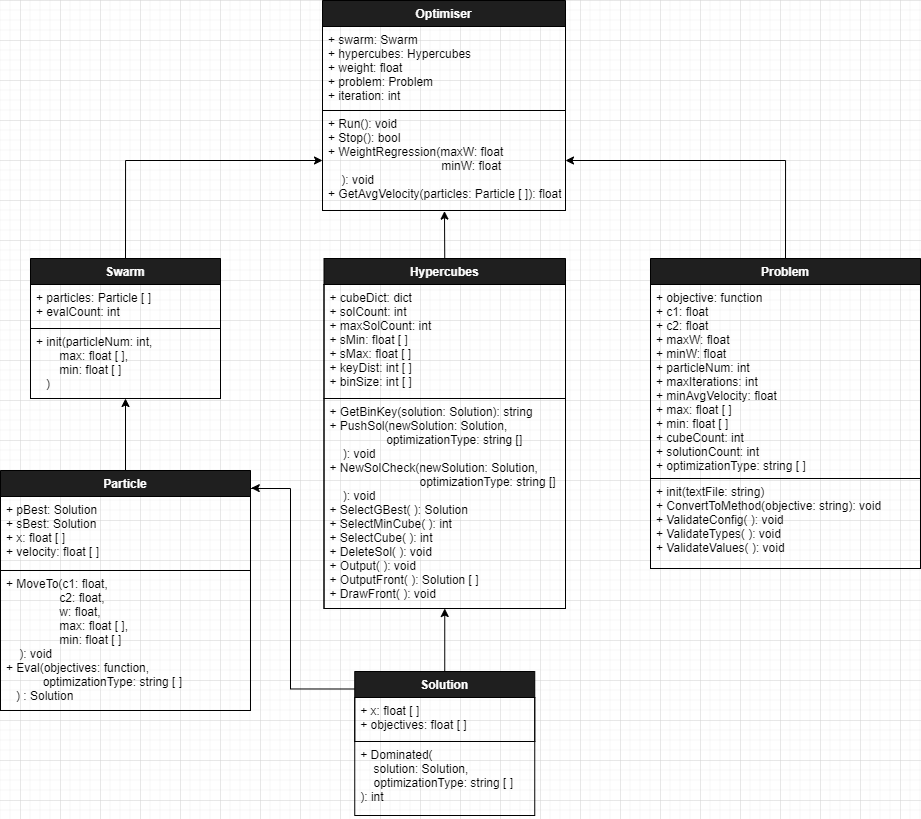
Before: docs/classes.png, a diagram exported from draw.io (ryant4333/WIL_KJO). Source tidied: cells renumbered, new cells last; positions are measured from the earlier drawing's top-left corner, leaving out a move shared by most shapes.
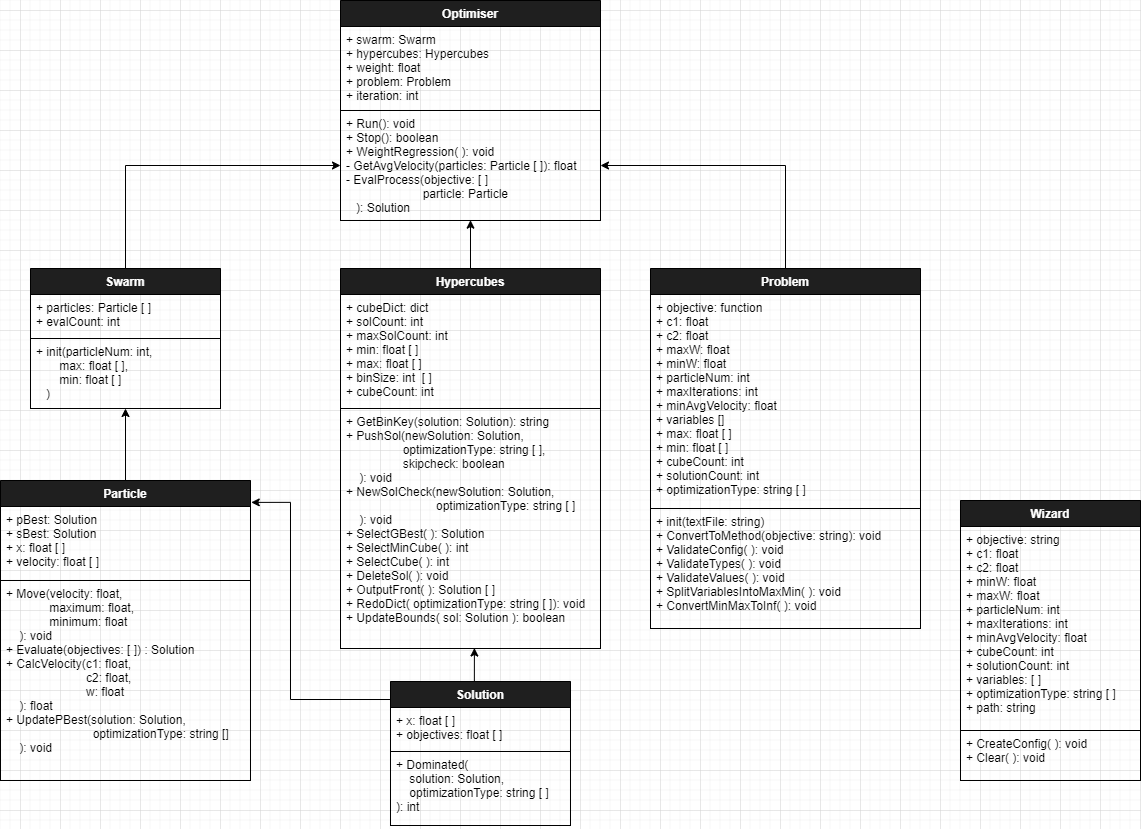
After the commit.

Change to the diagram source:
```diff
@@ -2,85 +2,92 @@
   <root>
     <mxCell id="0" />
     <mxCell id="1" parent="0" />
-    <mxCell id="2" value="+ Dominated(&#10;    solution: Solution,&#10;    optimizationType: string [ ]&#10;): int&#10;" style="text;fillColor=none;align=left;verticalAlign=top;spacingLeft=4;spacingRight=4;overflow=hidden;strokeColor=#000000;fontColor=#000000;" parent="1" vertex="1">
-      <mxGeometry x="354.2" y="741" width="180" height="74" as="geometry" />
+    <mxCell id="2" style="edgeStyle=orthogonalEdgeStyle;rounded=0;jettySize=auto;html=1;exitX=0.5;exitY=0;exitDx=0;exitDy=0;fontColor=#000000;strokeColor=#000000;endArrow=classic;endFill=1;" parent="1" edge="1" source="10" target="21">
+      <mxGeometry relative="1" as="geometry" />
     </mxCell>
-    <mxCell id="3" style="edgeStyle=orthogonalEdgeStyle;rounded=0;jettySize=auto;html=1;exitX=0.5;exitY=0;exitDx=0;exitDy=0;fontColor=#000000;strokeColor=#000000;endArrow=classic;endFill=1;" parent="1" edge="1" source="17" target="25">
+    <mxCell id="3" style="edgeStyle=orthogonalEdgeStyle;rounded=0;jettySize=auto;html=1;exitX=0.5;exitY=0;exitDx=0;exitDy=0;entryX=1;entryY=0.5;entryDx=0;entryDy=0;endArrow=classic;endFill=1;strokeColor=#000000;fontColor=#000000;" parent="1" edge="1" source="7" target="21">
       <mxGeometry relative="1" as="geometry" />
     </mxCell>
-    <mxCell id="4" style="edgeStyle=orthogonalEdgeStyle;rounded=0;jettySize=auto;html=1;exitX=0.5;exitY=0;exitDx=0;exitDy=0;entryX=1;entryY=0.5;entryDx=0;entryDy=0;endArrow=classic;endFill=1;strokeColor=#000000;fontColor=#000000;" parent="1" edge="1" source="12" target="25">
+    <mxCell id="4" style="edgeStyle=orthogonalEdgeStyle;rounded=0;jettySize=auto;html=1;exitX=0.5;exitY=0;exitDx=0;exitDy=0;entryX=0.5;entryY=1;entryDx=0;entryDy=0;entryPerimeter=0;endArrow=classic;endFill=1;strokeColor=#000000;fontColor=#000000;" parent="1" edge="1" source="13" target="12">
       <mxGeometry relative="1" as="geometry" />
     </mxCell>
-    <mxCell id="5" style="edgeStyle=orthogonalEdgeStyle;rounded=0;jettySize=auto;html=1;exitX=0.5;exitY=0;exitDx=0;exitDy=0;endArrow=classic;endFill=1;strokeColor=#000000;fontColor=#000000;" parent="1" edge="1" source="15">
+    <mxCell id="5" style="edgeStyle=orthogonalEdgeStyle;rounded=0;jettySize=auto;html=1;exitX=0;exitY=0.25;exitDx=0;exitDy=0;endArrow=classic;endFill=1;strokeColor=#000000;fontColor=#000000;entryX=1.003;entryY=0.073;entryDx=0;entryDy=0;entryPerimeter=0;" parent="1" edge="1" source="23" target="13">
       <mxGeometry relative="1" as="geometry">
-        <mxPoint x="444.2" y="608" as="targetPoint" />
+        <Array as="points">
+          <mxPoint x="322" y="18" />
+          <mxPoint x="222" y="18" />
+          <mxPoint x="222" y="-179" />
+        </Array>
       </mxGeometry>
     </mxCell>
-    <mxCell id="6" style="edgeStyle=orthogonalEdgeStyle;rounded=0;jettySize=auto;html=1;exitX=0.5;exitY=0;exitDx=0;exitDy=0;entryX=0.5;entryY=1;entryDx=0;entryDy=0;entryPerimeter=0;endArrow=classic;endFill=1;strokeColor=#000000;fontColor=#000000;" parent="1" edge="1" source="20" target="19">
+    <mxCell id="6" style="endArrow=classic;html=1;exitX=0.5;exitY=0;exitDx=0;exitDy=0;entryX=0.5;entryY=0.997;entryDx=0;entryDy=0;entryPerimeter=0;" parent="1" edge="1" source="16" target="21">
       <mxGeometry relative="1" as="geometry" />
     </mxCell>
-    <mxCell id="7" style="edgeStyle=orthogonalEdgeStyle;rounded=0;jettySize=auto;html=1;exitX=0;exitY=0.25;exitDx=0;exitDy=0;endArrow=classic;endFill=1;strokeColor=#000000;fontColor=#000000;entryX=1.003;entryY=0.073;entryDx=0;entryDy=0;entryPerimeter=0;" parent="1" edge="1" source="15" target="20">
-      <mxGeometry relative="1" as="geometry">
-        <Array as="points">
-          <mxPoint x="290" y="689" />
-          <mxPoint x="290" y="488" />
-          <mxPoint x="251" y="488" />
-        </Array>
-      </mxGeometry>
+    <mxCell id="7" value="Problem" style="swimlane;fontStyle=1;align=center;verticalAlign=top;horizontal=1;startSize=26;fillColor=#1F1F1F;fontColor=#FFFFFF;" parent="1" vertex="1">
+      <mxGeometry x="582" y="-413" width="270" height="360" as="geometry" />
     </mxCell>
-    <mxCell id="8" style="endArrow=classic;html=1;exitX=0.5;exitY=0;exitDx=0;exitDy=0;entryX=0.502;entryY=1.006;entryDx=0;entryDy=0;entryPerimeter=0;" parent="1" edge="1" source="9" target="25">
-      <mxGeometry relative="1" as="geometry" />
+    <mxCell id="8" value="+ objective: function&#10;+ c1: float&#10;+ c2: float&#10;+ maxW: float&#10;+ minW: float&#10;+ particleNum: int&#10;+ maxIterations: int&#10;+ minAvgVelocity: float&#10;+ variables []&#10;+ max: float [ ]&#10;+ min: float [ ]&#10;+ cubeCount: int&#10;+ solutionCount: int&#10;+ optimizationType: string [ ]" style="text;fillColor=none;align=left;verticalAlign=top;spacingLeft=4;spacingRight=4;overflow=hidden;fontColor=#000000;strokeColor=#000000;" parent="7" vertex="1">
+      <mxGeometry y="26" width="270" height="214" as="geometry" />
     </mxCell>
-    <mxCell id="9" value="Hypercubes" style="swimlane;fontStyle=1;align=center;verticalAlign=top;horizontal=1;startSize=26;strokeColor=#000000;fontColor=#FFFFFF;fillColor=#1F1F1F;" parent="1" vertex="1">
-      <mxGeometry x="323.5" y="258" width="241.5" height="350" as="geometry" />
+    <mxCell id="9" value="+ init(textFile: string)&#10;+ ConvertToMethod(objective: string): void&#10;+ ValidateConfig( ): void&#10;+ ValidateTypes( ): void&#10;+ ValidateValues( ): void&#10;+ SplitVariablesIntoMaxMin( ): void&#10;+ ConvertMinMaxToInf( ): void" style="text;fillColor=none;align=left;verticalAlign=top;spacingLeft=4;spacingRight=4;overflow=hidden;points=[[0,0.5],[1,0.5]];portConstraint=eastwest;fontColor=#000000;strokeColor=#000000;" parent="7" vertex="1">
+      <mxGeometry y="240" width="270" height="120" as="geometry" />
     </mxCell>
-    <mxCell id="10" value="+ cubeDict: dict&#10;+ solCount: int&#10;+ maxSolCount: int&#10;+ sMin: float [ ]&#10;+ sMax: float [ ]&#10;+ keyDist: int [ ]&#10;+ binSize: int [ ]" style="text;fillColor=none;align=left;verticalAlign=top;spacingLeft=4;spacingRight=4;overflow=hidden;points=[[0,0.5],[1,0.5]];portConstraint=eastwest;fontColor=#000000;strokeColor=#000000;" parent="9" vertex="1">
-      <mxGeometry y="26" width="241.5" height="114" as="geometry" />
+    <mxCell id="10" value="Swarm" style="swimlane;fontStyle=1;align=center;verticalAlign=top;horizontal=1;startSize=26;fillColor=#1F1F1F;fontColor=#FFFFFF;" parent="1" vertex="1">
+      <mxGeometry x="-38" y="-413" width="190" height="140" as="geometry" />
     </mxCell>
-    <mxCell id="11" value="+ GetBinKey(solution: Solution): string&#10;+ PushSol(newSolution: Solution, &#10;                 optimizationType: string []&#10;    ): void&#10;+ NewSolCheck(newSolution: Solution, &#10;                           optimizationType: string []&#10;    ): void&#10;+ SelectGBest( ): Solution&#10;+ SelectMinCube( ): int&#10;+ SelectCube( ): int&#10;+ DeleteSol( ): void&#10;+ Output( ): void&#10;+ OutputFront( ): Solution [ ]&#10;+ DrawFront( ): void" style="text;fillColor=none;align=left;verticalAlign=top;spacingLeft=4;spacingRight=4;overflow=hidden;fontColor=#000000;strokeColor=#000000;" parent="9" vertex="1">
-      <mxGeometry y="140" width="241.5" height="210" as="geometry" />
+    <mxCell id="11" value="+ particles: Particle [ ] &#10;+ evalCount: int" style="text;fillColor=none;align=left;verticalAlign=top;spacingLeft=4;spacingRight=4;overflow=hidden;fontColor=#000000;strokeColor=#000000;" parent="10" vertex="1">
+      <mxGeometry y="26" width="190" height="44" as="geometry" />
     </mxCell>
-    <mxCell id="12" value="Problem" style="swimlane;fontStyle=1;align=center;verticalAlign=top;horizontal=1;startSize=26;fillColor=#1F1F1F;fontColor=#FFFFFF;" parent="1" vertex="1">
-      <mxGeometry x="650" y="258" width="270" height="310" as="geometry" />
+    <mxCell id="12" value="+ init(particleNum: int, &#10;       max: float [ ],&#10;       min: float [ ]&#10;   )" style="text;fillColor=none;align=left;verticalAlign=top;spacingLeft=4;spacingRight=4;overflow=hidden;points=[[0,0.5],[1,0.5]];portConstraint=eastwest;fontColor=#000000;strokeColor=#000000;" parent="10" vertex="1">
+      <mxGeometry y="70" width="190" height="70" as="geometry" />
     </mxCell>
-    <mxCell id="13" value="+ objective: function&#10;+ c1: float&#10;+ c2: float&#10;+ maxW: float&#10;+ minW: float&#10;+ particleNum: int&#10;+ maxIterations: int&#10;+ minAvgVelocity: float&#10;+ max: float [ ]&#10;+ min: float [ ]&#10;+ cubeCount: int&#10;+ solutionCount: int&#10;+ optimizationType: string [ ]" style="text;fillColor=none;align=left;verticalAlign=top;spacingLeft=4;spacingRight=4;overflow=hidden;points=[[0,0.5],[1,0.5]];portConstraint=eastwest;fontColor=#000000;strokeColor=#000000;" parent="12" vertex="1">
-      <mxGeometry y="26" width="270" height="194" as="geometry" />
+    <mxCell id="13" value="Particle" style="swimlane;fontStyle=1;align=center;verticalAlign=top;horizontal=1;startSize=26;strokeColor=#000000;fillColor=#1F1F1F;fontColor=#FFFFFF;" parent="1" vertex="1">
+      <mxGeometry x="-68" y="-201" width="250" height="300" as="geometry" />
     </mxCell>
-    <mxCell id="14" value="+ init(textFile: string)&#10;+ ConvertToMethod(objective: string): void&#10;+ ValidateConfig( ): void&#10;+ ValidateTypes( ): void&#10;+ ValidateValues( ): void" style="text;fillColor=none;align=left;verticalAlign=top;spacingLeft=4;spacingRight=4;overflow=hidden;fontColor=#000000;strokeColor=#000000;" parent="12" vertex="1">
-      <mxGeometry y="220" width="270" height="90" as="geometry" />
+    <mxCell id="14" value="+ pBest: Solution&#10;+ sBest: Solution&#10;+ x: float [ ]&#10;+ velocity: float [ ]" style="text;fillColor=none;align=left;verticalAlign=top;spacingLeft=4;spacingRight=4;overflow=hidden;fontColor=#000000;strokeColor=#000000;" parent="13" vertex="1">
+      <mxGeometry y="26" width="250" height="74" as="geometry" />
     </mxCell>
-    <mxCell id="15" value="Solution" style="swimlane;fontStyle=1;align=center;verticalAlign=top;horizontal=1;startSize=26;strokeColor=#000000;fillColor=#1F1F1F;fontColor=#FFFFFF;" parent="1" vertex="1">
-      <mxGeometry x="354.2" y="671" width="180" height="70" as="geometry" />
+    <mxCell id="15" value="+ Move(velocity: float, &#10;             maximum: float,&#10;             minimum: float&#10;    ): void&#10;+ Evaluate(objectives: [ ]) : Solution&#10;+ CalcVelocity(c1: float,&#10;                        c2: float,&#10;                        w: float&#10;    ): float&#10;+ UpdatePBest(solution: Solution,&#10;                          optimizationType: string [] &#10;    ): void" style="text;fillColor=none;align=left;verticalAlign=top;spacingLeft=4;spacingRight=4;overflow=hidden;points=[[0,0.5],[1,0.5]];portConstraint=eastwest;fontColor=#000000;strokeColor=#000000;" parent="13" vertex="1">
+      <mxGeometry y="100" width="250" height="200" as="geometry" />
     </mxCell>
-    <mxCell id="16" value="+ x: float [ ]&#10;+ objectives: float [ ] " style="text;fillColor=none;align=left;verticalAlign=top;spacingLeft=4;spacingRight=4;overflow=hidden;points=[[0,0.5],[1,0.5]];portConstraint=eastwest;strokeColor=#000000;fontColor=#000000;" parent="15" vertex="1">
-      <mxGeometry y="26" width="180" height="44" as="geometry" />
+    <mxCell id="16" value="Hypercubes" style="swimlane;fontStyle=1;align=center;verticalAlign=top;horizontal=1;startSize=26;strokeColor=#000000;fontColor=#FFFFFF;fillColor=#1F1F1F;" parent="1" vertex="1">
+      <mxGeometry x="272" y="-413" width="260" height="380" as="geometry" />
     </mxCell>
-    <mxCell id="17" value="Swarm" style="swimlane;fontStyle=1;align=center;verticalAlign=top;horizontal=1;startSize=26;fillColor=#1F1F1F;fontColor=#FFFFFF;" parent="1" vertex="1">
-      <mxGeometry x="30" y="258" width="190" height="140" as="geometry" />
+    <mxCell id="17" value="+ cubeDict: dict&#10;+ solCount: int&#10;+ maxSolCount: int&#10;+ min: float [ ]&#10;+ max: float [ ]&#10;+ binSize: int  [ ]&#10;+ cubeCount: int" style="text;fillColor=none;align=left;verticalAlign=top;spacingLeft=4;spacingRight=4;overflow=hidden;points=[[0,0.5],[1,0.5]];portConstraint=eastwest;fontColor=#000000;strokeColor=#000000;" parent="16" vertex="1">
+      <mxGeometry y="26" width="260" height="114" as="geometry" />
     </mxCell>
-    <mxCell id="18" value="+ particles: Particle [ ] &#10;+ evalCount: int" style="text;fillColor=none;align=left;verticalAlign=top;spacingLeft=4;spacingRight=4;overflow=hidden;points=[[0,0.5],[1,0.5]];portConstraint=eastwest;fontColor=#000000;strokeColor=#000000;" parent="17" vertex="1">
-      <mxGeometry y="26" width="190" height="44" as="geometry" />
+    <mxCell id="18" value="+ GetBinKey(solution: Solution): string&#10;+ PushSol(newSolution: Solution, &#10;                 optimizationType: string [ ],&#10;                 skipcheck: boolean&#10;    ): void&#10;+ NewSolCheck(newSolution: Solution, &#10;                           optimizationType: string [ ]&#10;    ): void&#10;+ SelectGBest( ): Solution&#10;+ SelectMinCube( ): int&#10;+ SelectCube( ): int&#10;+ DeleteSol( ): void&#10;+ OutputFront( ): Solution [ ]&#10;+ RedoDict( optimizationType: string [ ]): void&#10;+ UpdateBounds( sol: Solution ): boolean" style="text;fillColor=none;align=left;verticalAlign=top;spacingLeft=4;spacingRight=4;overflow=hidden;points=[[0,0.5],[1,0.5]];portConstraint=eastwest;fontColor=#000000;strokeColor=#000000;" parent="16" vertex="1">
+      <mxGeometry y="140" width="260" height="240" as="geometry" />
     </mxCell>
-    <mxCell id="19" value="+ init(particleNum: int, &#10;       max: float [ ],&#10;       min: float [ ]&#10;   )" style="text;fillColor=none;align=left;verticalAlign=top;spacingLeft=4;spacingRight=4;overflow=hidden;points=[[0,0.5],[1,0.5]];portConstraint=eastwest;fontColor=#000000;strokeColor=#000000;" parent="17" vertex="1">
-      <mxGeometry y="70" width="190" height="70" as="geometry" />
+    <mxCell id="19" value="Optimiser" style="swimlane;fontStyle=1;align=center;verticalAlign=top;horizontal=1;startSize=26;fillColor=#1F1F1F;fontColor=#FFFFFF;" parent="1" vertex="1">
+      <mxGeometry x="272" y="-681" width="260" height="220" as="geometry" />
     </mxCell>
-    <mxCell id="20" value="Particle" style="swimlane;fontStyle=1;align=center;verticalAlign=top;horizontal=1;startSize=26;strokeColor=#000000;fillColor=#1F1F1F;fontColor=#FFFFFF;" parent="1" vertex="1">
-      <mxGeometry y="470" width="250" height="240" as="geometry" />
+    <mxCell id="20" value="+ swarm: Swarm&#10;+ hypercubes: Hypercubes&#10;+ weight: float&#10;+ problem: Problem&#10;+ iteration: int" style="text;fillColor=none;align=left;verticalAlign=top;spacingLeft=4;spacingRight=4;overflow=hidden;points=[[0,0.5],[1,0.5]];portConstraint=eastwest;fontColor=#000000;strokeColor=#000000;" parent="19" vertex="1">
+      <mxGeometry y="26" width="260" height="84" as="geometry" />
     </mxCell>
-    <mxCell id="21" value="+ pBest: Solution&#10;+ sBest: Solution&#10;+ x: float [ ]&#10;+ velocity: float [ ]" style="text;fillColor=none;align=left;verticalAlign=top;spacingLeft=4;spacingRight=4;overflow=hidden;points=[[0,0.5],[1,0.5]];portConstraint=eastwest;fontColor=#000000;strokeColor=#000000;" parent="20" vertex="1">
-      <mxGeometry y="26" width="250" height="74" as="geometry" />
+    <mxCell id="21" value="+ Run(): void&#10;+ Stop(): boolean&#10;+ WeightRegression( ): void&#10;- GetAvgVelocity(particles: Particle [ ]): float&#10;- EvalProcess(objective: [ ]&#10;                       particle: Particle&#10;   ): Solution&#10;" style="text;fillColor=none;align=left;verticalAlign=top;spacingLeft=4;spacingRight=4;overflow=hidden;points=[[0,0.5],[1,0.5]];portConstraint=eastwest;fontColor=#000000;strokeColor=#000000;" parent="19" vertex="1">
+      <mxGeometry y="110" width="260" height="110" as="geometry" />
     </mxCell>
-    <mxCell id="22" value="+ MoveTo(c1: float, &#10;                c2: float, &#10;                w: float, &#10;                max: float [ ], &#10;                min: float [ ]&#10;    ): void&#10;+ Eval(objectives: function, &#10;           optimizationType: string [ ]&#10;   ) : Solution" style="text;fillColor=none;align=left;verticalAlign=top;spacingLeft=4;spacingRight=4;overflow=hidden;fontColor=#000000;strokeColor=#000000;" parent="20" vertex="1">
-      <mxGeometry y="100" width="250" height="140" as="geometry" />
+    <mxCell id="22" style="edgeStyle=orthogonalEdgeStyle;rounded=0;jettySize=auto;html=1;exitX=0.5;exitY=0;exitDx=0;exitDy=0;entryX=0.515;entryY=0.998;entryDx=0;entryDy=0;entryPerimeter=0;" parent="1" edge="1" source="23" target="18">
+      <mxGeometry relative="1" as="geometry" />
     </mxCell>
-    <mxCell id="23" value="Optimiser" style="swimlane;fontStyle=1;align=center;verticalAlign=top;horizontal=1;startSize=26;fillColor=#1F1F1F;fontColor=#FFFFFF;" parent="1" vertex="1">
-      <mxGeometry x="322" width="243" height="210" as="geometry" />
+    <mxCell id="23" value="Solution" style="swimlane;fontStyle=1;align=center;verticalAlign=top;horizontal=1;startSize=26;strokeColor=#000000;fillColor=#1F1F1F;fontColor=#FFFFFF;" parent="1" vertex="1">
+      <mxGeometry x="322" width="180" height="144" as="geometry" />
     </mxCell>
-    <mxCell id="24" value="+ swarm: Swarm&#10;+ hypercubes: Hypercubes&#10;+ weight: float&#10;+ problem: Problem&#10;+ iteration: int" style="text;fillColor=none;align=left;verticalAlign=top;spacingLeft=4;spacingRight=4;overflow=hidden;fontColor=#000000;strokeColor=#000000;" parent="23" vertex="1">
-      <mxGeometry y="26" width="243" height="84" as="geometry" />
+    <mxCell id="24" value="+ x: float [ ]&#10;+ objectives: float [ ] " style="text;fillColor=none;align=left;verticalAlign=top;spacingLeft=4;spacingRight=4;overflow=hidden;strokeColor=#000000;fontColor=#000000;" parent="23" vertex="1">
+      <mxGeometry y="26" width="180" height="44" as="geometry" />
     </mxCell>
-    <mxCell id="25" value="+ Run(): void&#10;+ Stop(): bool&#10;+ WeightRegression(maxW: float&#10;                                  minW: float &#10;    ): void&#10;+ GetAvgVelocity(particles: Particle [ ]): float&#10;" style="text;fillColor=none;align=left;verticalAlign=top;spacingLeft=4;spacingRight=4;overflow=hidden;points=[[0,0.5],[1,0.5]];portConstraint=eastwest;fontColor=#000000;strokeColor=#000000;" parent="23" vertex="1">
-      <mxGeometry y="110" width="243" height="100" as="geometry" />
+    <mxCell id="25" value="+ Dominated(&#10;    solution: Solution,&#10;    optimizationType: string [ ]&#10;): int&#10;" style="text;fillColor=none;align=left;verticalAlign=top;spacingLeft=4;spacingRight=4;overflow=hidden;points=[[0,0.5],[1,0.5]];portConstraint=eastwest;strokeColor=#000000;fontColor=#000000;" parent="23" vertex="1">
+      <mxGeometry y="70" width="180" height="74" as="geometry" />
     </mxCell>
+    <mxCell id="26" value="Wizard" style="swimlane;fontStyle=1;align=center;verticalAlign=top;horizontal=1;startSize=26;strokeColor=#000000;fillColor=#1F1F1F;fontColor=#FFFFFF;" parent="1" vertex="1">
+      <mxGeometry x="892" y="-181" width="180" height="280" as="geometry" />
+    </mxCell>
+    <mxCell id="27" value="+ objective: string&#10;+ c1: float&#10;+ c2: float&#10;+ minW: float&#10;+ maxW: float&#10;+ particleNum: int&#10;+ maxIterations: int&#10;+ minAvgVelocity: float&#10;+ cubeCount: int&#10;+ solutionCount: int&#10;+ variables: [ ]&#10;+ optimizationType: string [ ]&#10;+ path: string" style="text;fillColor=none;align=left;verticalAlign=top;spacingLeft=4;spacingRight=4;overflow=hidden;strokeColor=#000000;fontColor=#000000;" parent="26" vertex="1">
+      <mxGeometry y="26" width="180" height="204" as="geometry" />
+    </mxCell>
+    <mxCell id="28" value="+ CreateConfig( ): void&#10;+ Clear( ): void&#10;" style="text;fillColor=none;align=left;verticalAlign=top;spacingLeft=4;spacingRight=4;overflow=hidden;strokeColor=#000000;fontColor=#000000;" parent="26" vertex="1">
+      <mxGeometry y="230" width="180" height="50" as="geometry" />
+    </mxCell>
   </root>
 </mxGraphModel>
```
